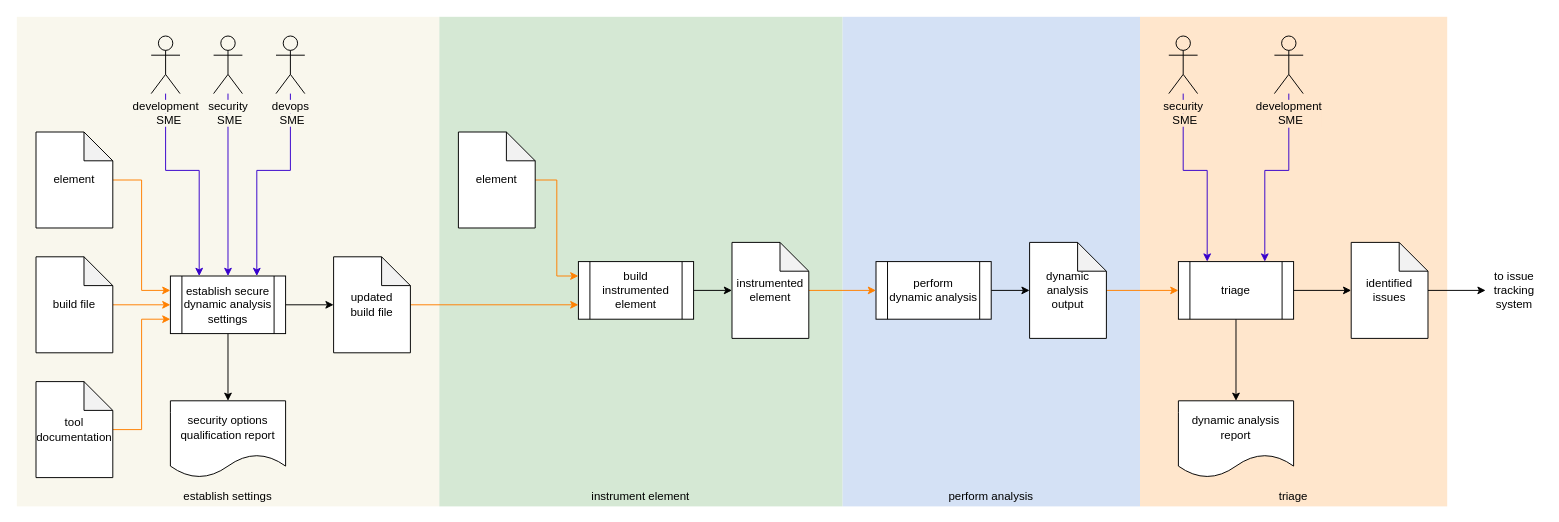
AVCDL/AVCDL keeps this draw.io diagram as source/reference_documents/secondary_documents/implementation phase/Dynamic Analysis Report/images/source/dynamic analysis workflow.drawio. Above is the earlier version. Source tidied: cells renumbered, new cells numbered last; positions are measured from the earlier drawing's top-left corner, leaving out a move shared by most shapes. Both pictures are drawn from the tidied source at 96%, with x=0, y=0 at pixel (16, 16).
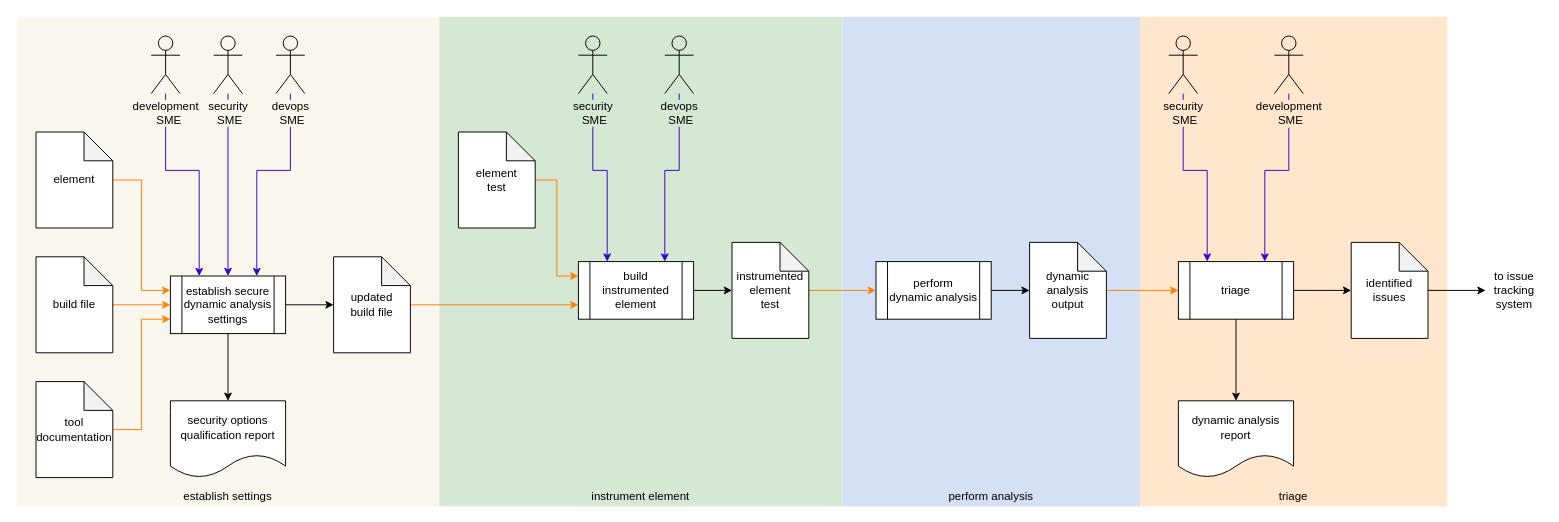
Above is the later version.

Commit message (it also covers changes not shown here):
Updated the Dynamic Analysis Report secondary document (clarification of instrumentation activity)

The change refers to these unchanged cells:
```xml
<mxCell id="32" value="build instrumented element" style="shape=process;whiteSpace=wrap;html=1;backgroundOutline=1;" parent="1" vertex="1">
  <mxGeometry x="585" y="255" width="120" height="60" as="geometry" />
</mxCell>
```

Diff of the diagram source:
```diff
@@
-    <mxCell id="35" value="instrumented element" style="shape=note;whiteSpace=wrap;html=1;backgroundOutline=1;darkOpacity=0.05;" parent="1" vertex="1">
+    <mxCell id="35" value="instrumented element&lt;div&gt;test&lt;/div&gt;" style="shape=note;whiteSpace=wrap;html=1;backgroundOutline=1;darkOpacity=0.05;" parent="1" vertex="1">
       <mxGeometry x="745" y="235" width="80" height="100" as="geometry" />
     </mxCell>
@@
-    <mxCell id="47" value="element" style="shape=note;whiteSpace=wrap;html=1;backgroundOutline=1;darkOpacity=0.05;" parent="1" vertex="1">
+    <mxCell id="47" value="element&lt;div&gt;test&lt;/div&gt;" style="shape=note;whiteSpace=wrap;html=1;backgroundOutline=1;darkOpacity=0.05;" parent="1" vertex="1">
       <mxGeometry x="460" y="120" width="80" height="100" as="geometry" />
     </mxCell>
@@
+    <mxCell id="49" style="edgeStyle=orthogonalEdgeStyle;rounded=0;jettySize=auto;html=1;entryX=0.25;entryY=0;entryDx=0;entryDy=0;fillColor=#6a00ff;strokeColor=#3700CC;" parent="1" edge="1" source="50" target="32">
+      <mxGeometry x="0.65" relative="1" as="geometry">
+        <Array as="points">
+          <mxPoint x="600" y="160" />
+          <mxPoint x="615" y="160" />
+        </Array>
+      </mxGeometry>
+    </mxCell>
+    <mxCell id="50" value="&lt;span style=&quot;&quot;&gt;&lt;span style=&quot;background-color: rgb(213, 232, 212);&quot;&gt;security&lt;br&gt;&amp;nbsp; &amp;nbsp;SME&amp;nbsp;&amp;nbsp;&lt;/span&gt;&lt;br&gt;&lt;/span&gt;" style="shape=umlActor;verticalLabelPosition=bottom;labelBackgroundColor=none;verticalAlign=top;html=1;outlineConnect=0;fillColor=none;" parent="1" vertex="1">
+      <mxGeometry x="585" y="20" width="30" height="60" as="geometry" />
+    </mxCell>
+    <mxCell id="51" style="edgeStyle=orthogonalEdgeStyle;rounded=0;jettySize=auto;html=1;entryX=0.75;entryY=0;entryDx=0;entryDy=0;fillColor=#6a00ff;strokeColor=#3700CC;" parent="1" edge="1" target="32">
+      <mxGeometry x="0.65" relative="1" as="geometry">
+        <mxPoint x="690" y="80" as="sourcePoint" />
+        <Array as="points">
+          <mxPoint x="690" y="160" />
+          <mxPoint x="675" y="160" />
+        </Array>
+      </mxGeometry>
+    </mxCell>
+    <mxCell id="52" value="&lt;span style=&quot;&quot;&gt;&lt;span style=&quot;background-color: rgb(213, 232, 212);&quot;&gt;devops&lt;br&gt;&amp;nbsp; &amp;nbsp;SME&amp;nbsp;&amp;nbsp;&lt;/span&gt;&lt;br&gt;&lt;/span&gt;" style="shape=umlActor;verticalLabelPosition=bottom;labelBackgroundColor=none;verticalAlign=top;html=1;fillColor=none;" parent="1" vertex="1">
+      <mxGeometry x="675" y="20" width="30" height="60" as="geometry" />
+    </mxCell>
```
